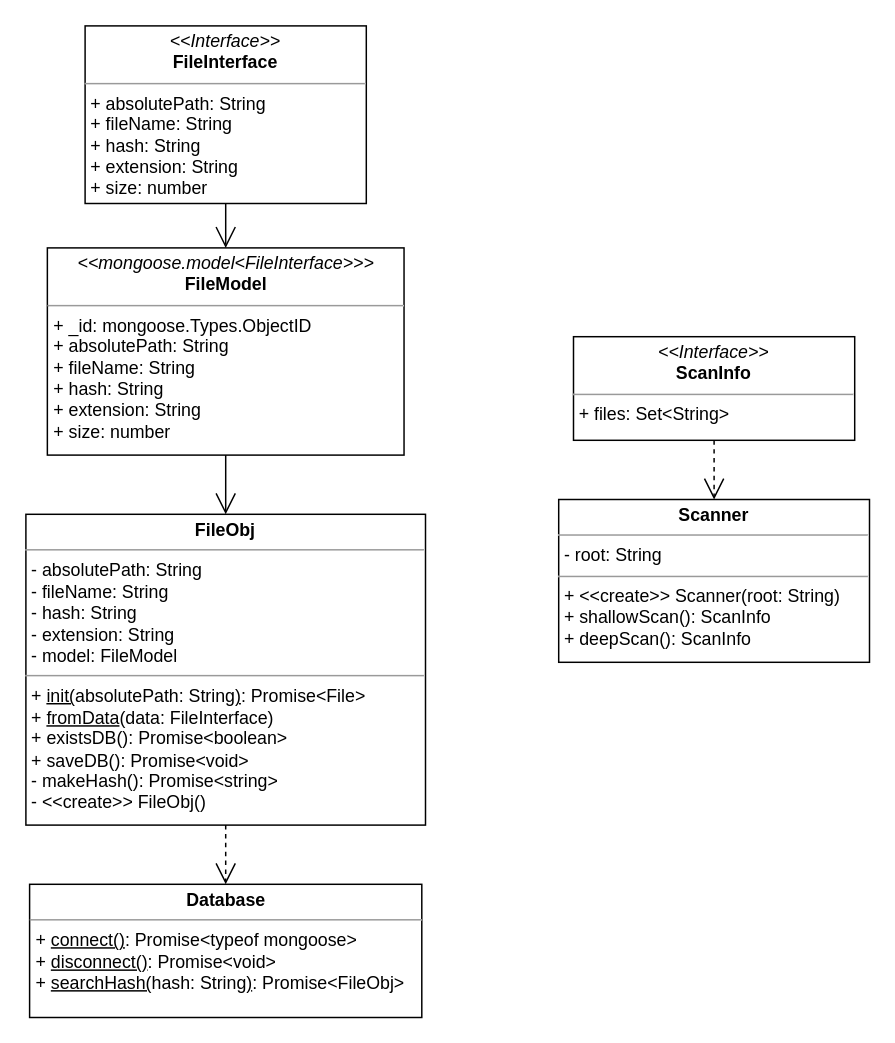
This is bfs-core.drawio from jm0ran/bfs-core, a draw.io file, before an edit. Source tidied: cells renumbered, new cells numbered last; positions are measured from the earlier drawing's top-left corner, leaving out a move shared by most shapes. Both pictures are drawn from the tidied source at 148%, with x=0, y=0 at pixel (25, 25).
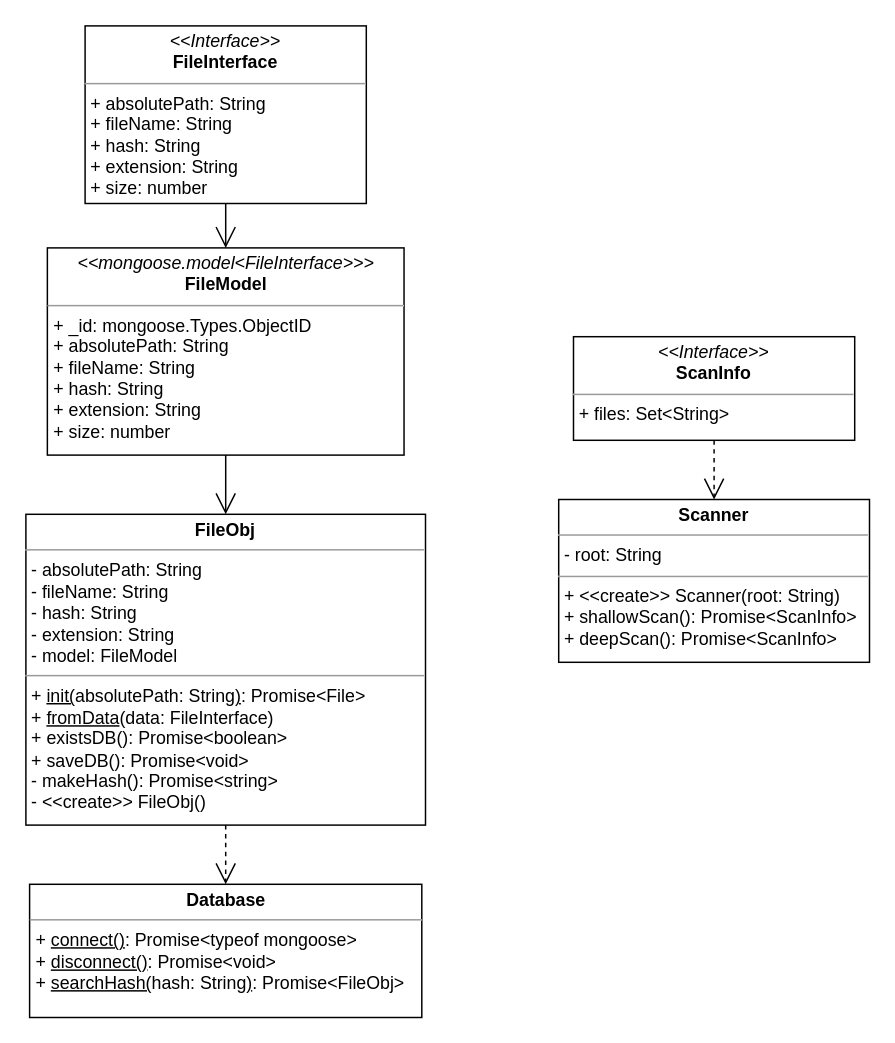
The same diagram, later.

Diff of the diagram source:
```diff
@@
 <mxGraphModel>
   <root>
     <mxCell id="0" />
     <mxCell id="1" parent="0" />
     <mxCell id="2" value="&lt;p style=&quot;margin: 0px ; margin-top: 4px ; text-align: center&quot;&gt;&lt;b&gt;FileObj&lt;/b&gt;&lt;/p&gt;&lt;hr size=&quot;1&quot;&gt;&lt;p style=&quot;margin: 0px ; margin-left: 4px&quot;&gt;- absolutePath: String&lt;br&gt;- fileName: String&lt;/p&gt;&lt;p style=&quot;margin: 0px ; margin-left: 4px&quot;&gt;- hash: String&lt;/p&gt;&lt;p style=&quot;margin: 0px ; margin-left: 4px&quot;&gt;- extension: String&lt;/p&gt;&lt;p style=&quot;margin: 0px ; margin-left: 4px&quot;&gt;- model: FileModel&lt;/p&gt;&lt;hr size=&quot;1&quot;&gt;&lt;p style=&quot;margin: 0px ; margin-left: 4px&quot;&gt;&lt;span&gt;+ &lt;/span&gt;&lt;u&gt;init(&lt;/u&gt;&lt;span&gt;absolutePath: String&lt;/span&gt;&lt;u&gt;)&lt;/u&gt;&lt;span&gt;: Promise&amp;lt;File&amp;gt;&lt;/span&gt;&lt;br&gt;&lt;/p&gt;&lt;p style=&quot;margin: 0px ; margin-left: 4px&quot;&gt;+ &lt;u&gt;fromData&lt;/u&gt;(data: FileInterface)&lt;/p&gt;&lt;p style=&quot;margin: 0px ; margin-left: 4px&quot;&gt;+ existsDB(): Promise&amp;lt;boolean&amp;gt;&lt;/p&gt;&lt;p style=&quot;margin: 0px ; margin-left: 4px&quot;&gt;+ saveDB(): Promise&amp;lt;void&amp;gt;&lt;/p&gt;&lt;p style=&quot;margin: 0px 0px 0px 4px&quot;&gt;- makeHash(): Promise&amp;lt;string&amp;gt;&lt;/p&gt;&lt;p style=&quot;margin: 0px 0px 0px 4px&quot;&gt;- &amp;lt;&amp;lt;create&amp;gt;&amp;gt; FileObj()&lt;/p&gt;&lt;div&gt;&lt;br&gt;&lt;/div&gt;&lt;p style=&quot;margin: 0px ; margin-left: 4px&quot;&gt;&lt;br&gt;&lt;/p&gt;" style="verticalAlign=top;align=left;overflow=fill;fontSize=12;fontFamily=Helvetica;html=1;" parent="1" vertex="1">
       <mxGeometry y="330" width="270" height="210" as="geometry" />
     </mxCell>
     <mxCell id="3" value="&lt;p style=&quot;margin: 0px ; margin-top: 4px ; text-align: center&quot;&gt;&lt;i&gt;&amp;lt;&amp;lt;mongoose.model&amp;lt;FileInterface&amp;gt;&amp;gt;&amp;gt;&lt;/i&gt;&lt;br&gt;&lt;b&gt;FileModel&lt;/b&gt;&lt;/p&gt;&lt;hr size=&quot;1&quot;&gt;&lt;p style=&quot;margin: 0px ; margin-left: 4px&quot;&gt;+ _id: mongoose.Types.ObjectID&lt;/p&gt;&lt;p style=&quot;margin: 0px ; margin-left: 4px&quot;&gt;+ absolutePath: String&lt;/p&gt;&lt;p style=&quot;margin: 0px ; margin-left: 4px&quot;&gt;+ fileName: String&lt;br&gt;+ hash: String&lt;/p&gt;&lt;p style=&quot;margin: 0px ; margin-left: 4px&quot;&gt;+ extension: String&lt;/p&gt;&lt;p style=&quot;margin: 0px ; margin-left: 4px&quot;&gt;+ size: number&lt;/p&gt;" style="verticalAlign=top;align=left;overflow=fill;fontSize=12;fontFamily=Helvetica;html=1;" parent="1" vertex="1">
       <mxGeometry x="14.5" y="150" width="241" height="140" as="geometry" />
     </mxCell>
     <mxCell id="4" value="&lt;p style=&quot;margin: 0px ; margin-top: 4px ; text-align: center&quot;&gt;&lt;i&gt;&amp;lt;&amp;lt;Interface&amp;gt;&amp;gt;&lt;/i&gt;&lt;br&gt;&lt;b&gt;FileInterface&lt;/b&gt;&lt;/p&gt;&lt;hr size=&quot;1&quot;&gt;&lt;p style=&quot;margin: 0px ; margin-left: 4px&quot;&gt;+ absolutePath: String&lt;br&gt;+ fileName: String&lt;/p&gt;&lt;p style=&quot;margin: 0px 0px 0px 4px&quot;&gt;+ hash: String&lt;/p&gt;&lt;p style=&quot;margin: 0px 0px 0px 4px&quot;&gt;+ extension: String&lt;/p&gt;&lt;p style=&quot;margin: 0px 0px 0px 4px&quot;&gt;+ size: number&lt;/p&gt;&lt;p style=&quot;margin: 0px 0px 0px 4px&quot;&gt;&lt;br&gt;&lt;/p&gt;" style="verticalAlign=top;align=left;overflow=fill;fontSize=12;fontFamily=Helvetica;html=1;" parent="1" vertex="1">
       <mxGeometry x="40" width="190" height="120" as="geometry" />
     </mxCell>
     <mxCell id="5" style="endArrow=open;endFill=1;endSize=12;html=1;rounded=0;exitX=0.5;exitY=1;exitDx=0;exitDy=0;entryX=0.5;entryY=0;entryDx=0;entryDy=0;" parent="1" edge="1" source="4" target="3">
       <mxGeometry relative="1" as="geometry" />
     </mxCell>
     <mxCell id="6" style="endArrow=open;endFill=1;endSize=12;html=1;rounded=0;exitX=0.5;exitY=1;exitDx=0;exitDy=0;entryX=0.5;entryY=0;entryDx=0;entryDy=0;" parent="1" edge="1" source="3" target="2">
       <mxGeometry relative="1" as="geometry" />
     </mxCell>
     <mxCell id="7" value="&lt;p style=&quot;margin: 0px ; margin-top: 4px ; text-align: center&quot;&gt;&lt;b&gt;Database&lt;/b&gt;&lt;/p&gt;&lt;hr size=&quot;1&quot;&gt;&lt;p style=&quot;margin: 0px ; margin-left: 4px&quot;&gt;&lt;span&gt;+ &lt;u&gt;connect()&lt;/u&gt;: Promise&amp;lt;typeof mongoose&amp;gt;&lt;/span&gt;&lt;br&gt;&lt;/p&gt;&lt;p style=&quot;margin: 0px ; margin-left: 4px&quot;&gt;+ &lt;u&gt;disconnect()&lt;/u&gt;: Promise&amp;lt;void&amp;gt;&lt;/p&gt;&lt;p style=&quot;margin: 0px ; margin-left: 4px&quot;&gt;+ &lt;u&gt;searchHash(&lt;/u&gt;hash: String&lt;u&gt;)&lt;/u&gt;: Promise&amp;lt;FileObj&amp;gt;&lt;/p&gt;" style="verticalAlign=top;align=left;overflow=fill;fontSize=12;fontFamily=Helvetica;html=1;" parent="1" vertex="1">
       <mxGeometry x="2.5" y="580" width="265" height="90" as="geometry" />
     </mxCell>
     <mxCell id="8" style="endArrow=open;endFill=1;endSize=12;html=1;rounded=0;exitX=0.5;exitY=1;exitDx=0;exitDy=0;entryX=0.5;entryY=0;entryDx=0;entryDy=0;dashed=1;" parent="1" edge="1" source="2" target="7">
       <mxGeometry relative="1" as="geometry" />
     </mxCell>
-    <mxCell id="9" value="&lt;p style=&quot;margin: 0px ; margin-top: 4px ; text-align: center&quot;&gt;&lt;b&gt;Scanner&lt;/b&gt;&lt;/p&gt;&lt;hr size=&quot;1&quot;&gt;&lt;p style=&quot;margin: 0px ; margin-left: 4px&quot;&gt;- root: String&lt;br&gt;&lt;/p&gt;&lt;hr size=&quot;1&quot;&gt;&lt;p style=&quot;margin: 0px ; margin-left: 4px&quot;&gt;+ &amp;lt;&amp;lt;create&amp;gt;&amp;gt; Scanner(root: String)&lt;br&gt;+ shallowScan(): ScanInfo&lt;/p&gt;&lt;p style=&quot;margin: 0px ; margin-left: 4px&quot;&gt;+ deepScan(): ScanInfo&lt;/p&gt;" style="verticalAlign=top;align=left;overflow=fill;fontSize=12;fontFamily=Helvetica;html=1;" parent="1" vertex="1">
+    <mxCell id="9" value="&lt;p style=&quot;margin: 0px ; margin-top: 4px ; text-align: center&quot;&gt;&lt;b&gt;Scanner&lt;/b&gt;&lt;/p&gt;&lt;hr size=&quot;1&quot;&gt;&lt;p style=&quot;margin: 0px ; margin-left: 4px&quot;&gt;- root: String&lt;br&gt;&lt;/p&gt;&lt;hr size=&quot;1&quot;&gt;&lt;p style=&quot;margin: 0px ; margin-left: 4px&quot;&gt;+ &amp;lt;&amp;lt;create&amp;gt;&amp;gt; Scanner(root: String)&lt;br&gt;+ shallowScan(): Promise&amp;lt;ScanInfo&amp;gt;&lt;/p&gt;&lt;p style=&quot;margin: 0px ; margin-left: 4px&quot;&gt;+ deepScan(): Promise&amp;lt;ScanInfo&amp;gt;&lt;/p&gt;" style="verticalAlign=top;align=left;overflow=fill;fontSize=12;fontFamily=Helvetica;html=1;" parent="1" vertex="1">
       <mxGeometry x="360" y="320" width="210" height="110" as="geometry" />
     </mxCell>
     <mxCell id="10" value="&lt;p style=&quot;margin: 0px ; margin-top: 4px ; text-align: center&quot;&gt;&lt;i&gt;&amp;lt;&amp;lt;Interface&amp;gt;&amp;gt;&lt;/i&gt;&lt;br&gt;&lt;b&gt;ScanInfo&lt;/b&gt;&lt;/p&gt;&lt;hr size=&quot;1&quot;&gt;&lt;p style=&quot;margin: 0px ; margin-left: 4px&quot;&gt;+ files: Set&amp;lt;String&amp;gt;&lt;br&gt;&lt;/p&gt;&lt;p style=&quot;margin: 0px ; margin-left: 4px&quot;&gt;&lt;br&gt;&lt;/p&gt;&lt;p style=&quot;margin: 0px ; margin-left: 4px&quot;&gt;&lt;br&gt;&lt;/p&gt;" style="verticalAlign=top;align=left;overflow=fill;fontSize=12;fontFamily=Helvetica;html=1;" parent="1" vertex="1">
       <mxGeometry x="370" y="210" width="190" height="70" as="geometry" />
     </mxCell>
     <mxCell id="11" style="endArrow=open;endSize=12;dashed=1;html=1;rounded=0;exitX=0.5;exitY=1;exitDx=0;exitDy=0;entryX=0.5;entryY=0;entryDx=0;entryDy=0;" parent="1" edge="1" source="10" target="9">
       <mxGeometry relative="1" as="geometry" />
     </mxCell>
   </root>
 </mxGraphModel>
```
